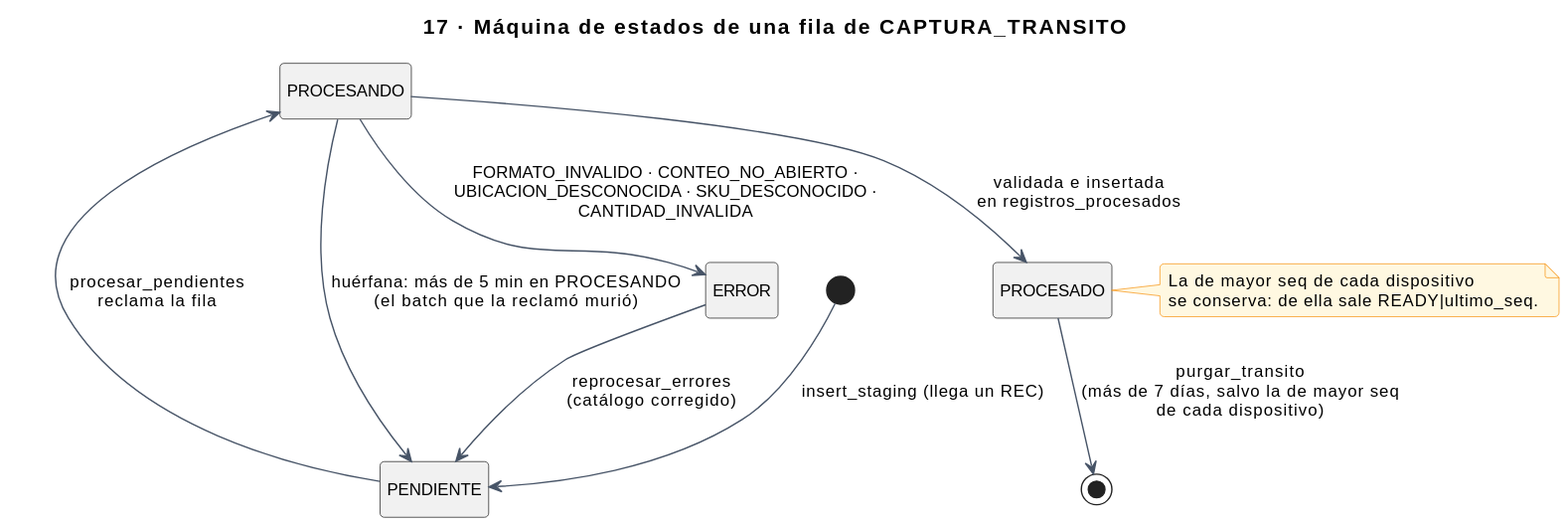
The PlantUML diagram docs/img/uml/17-estados-fila-transito.svg in sebas-archive/kardex-bt, before a commit.
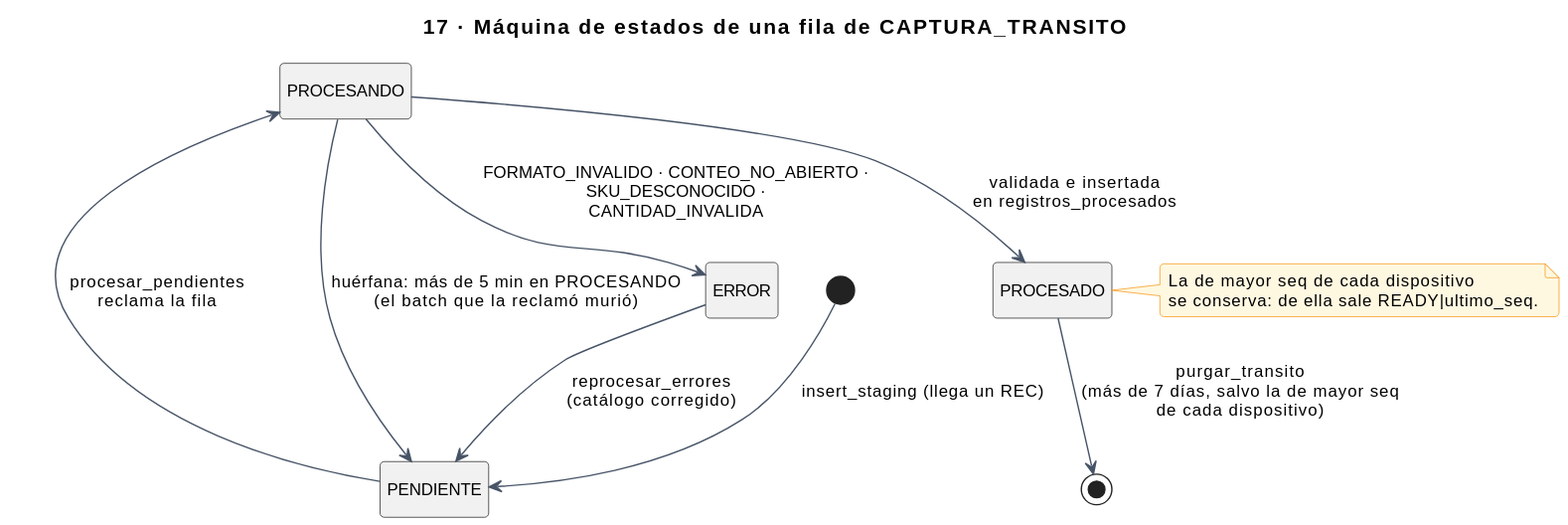
The same file after the commit.

What changed in the source:
```diff
@@ -6,7 +6,7 @@
 [*] --> PENDIENTE : insert_staging (llega un REC)
 PENDIENTE --> PROCESANDO : procesar_pendientes\nreclama la fila
 PROCESANDO --> PROCESADO : validada e insertada\nen registros_procesados
-PROCESANDO --> ERROR : FORMATO_INVALIDO · CONTEO_NO_ABIERTO ·\nUBICACION_DESCONOCIDA · SKU_DESCONOCIDO ·\nCANTIDAD_INVALIDA
+PROCESANDO --> ERROR : FORMATO_INVALIDO · CONTEO_NO_ABIERTO ·\nSKU_DESCONOCIDO ·\nCANTIDAD_INVALIDA
 PROCESANDO --> PENDIENTE : huérfana: más de 5 min en PROCESANDO\n(el batch que la reclamó murió)
 ERROR --> PENDIENTE : reprocesar_errores\n(catálogo corregido)
 PROCESADO --> [*] : purgar_transito\n(más de 7 días, salvo la de mayor seq\nde cada dispositivo)
```
